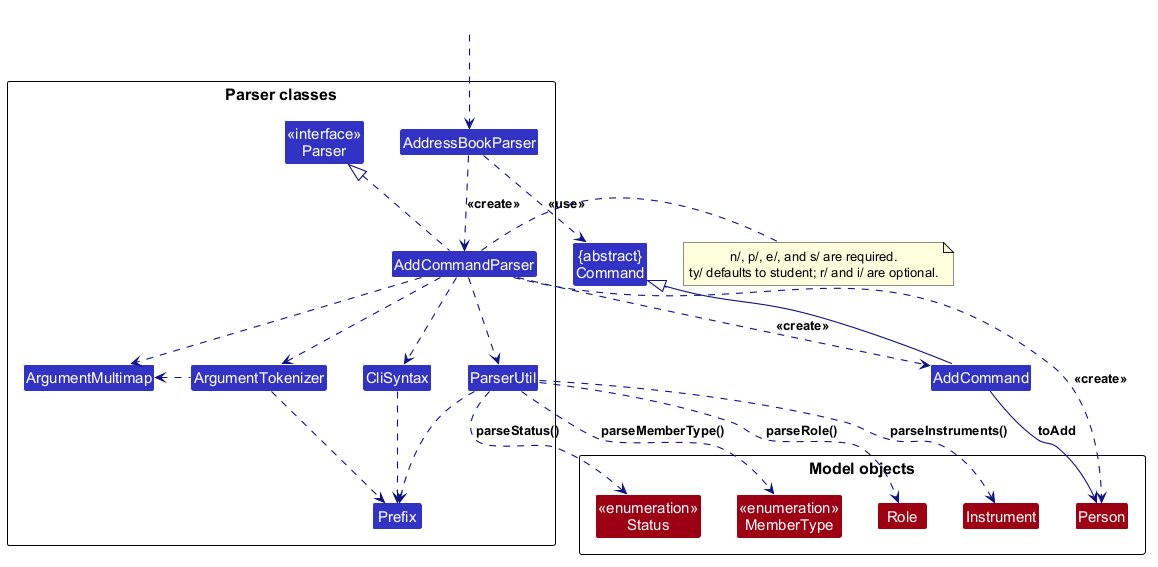
Before: docs/images/ParserClasses.png, a diagram exported from PlantUML (AY2627S1-CS2103T-T10-3/tp).
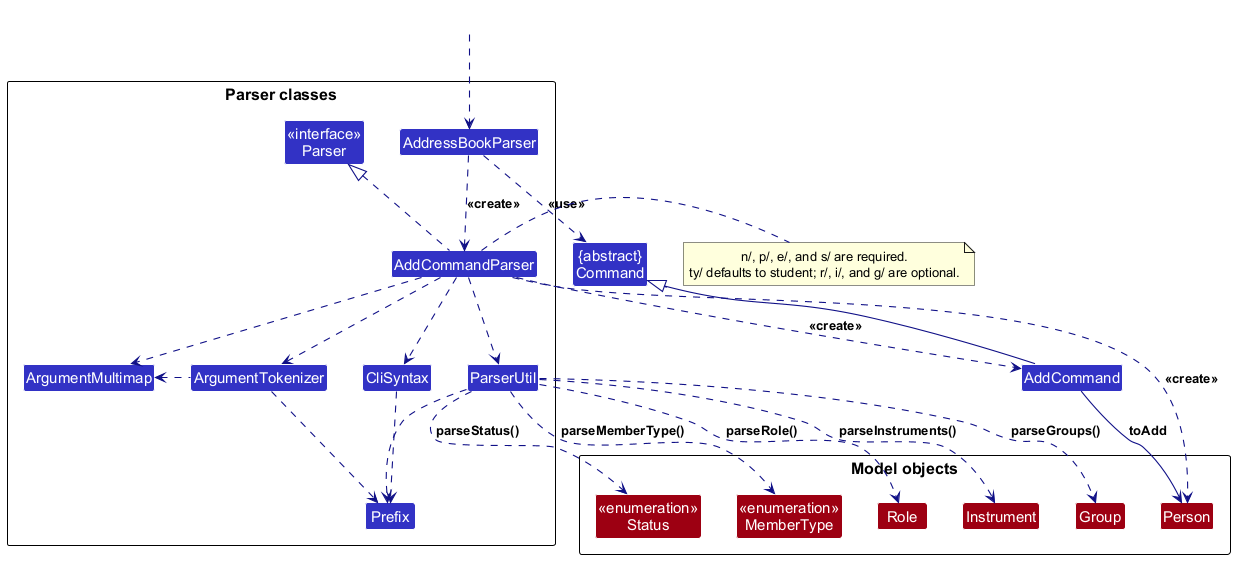
After the commit.

Commit message:
Include participation groups in parser UML

Show the repeatable g/ field and Group dependency alongside

the other add-command model values.

What changed in the source:
```diff
@@ -24,6 +24,7 @@
 Class "<<enumeration>>\nMemberType" as MemberType MODEL_COLOR
 Class Role MODEL_COLOR
 Class Instrument MODEL_COLOR
+Class Group MODEL_COLOR
 }
 
 Class HiddenOutside #FFFFFF
@@ -47,11 +48,12 @@
 ParserUtil ..> MemberType : parseMemberType()
 ParserUtil ..> Role : parseRole()
 ParserUtil ..> Instrument : parseInstruments()
+ParserUtil ..> Group : parseGroups()
 AddCommand -up-|> Command
 AddCommand --> Person : toAdd
 
 note right of AddCommandParser
   n/, p/, e/, and s/ are required.
-  ty/ defaults to student; r/ and i/ are optional.
+  ty/ defaults to student; r/, i/, and g/ are optional.
 end note
 @enduml
```
